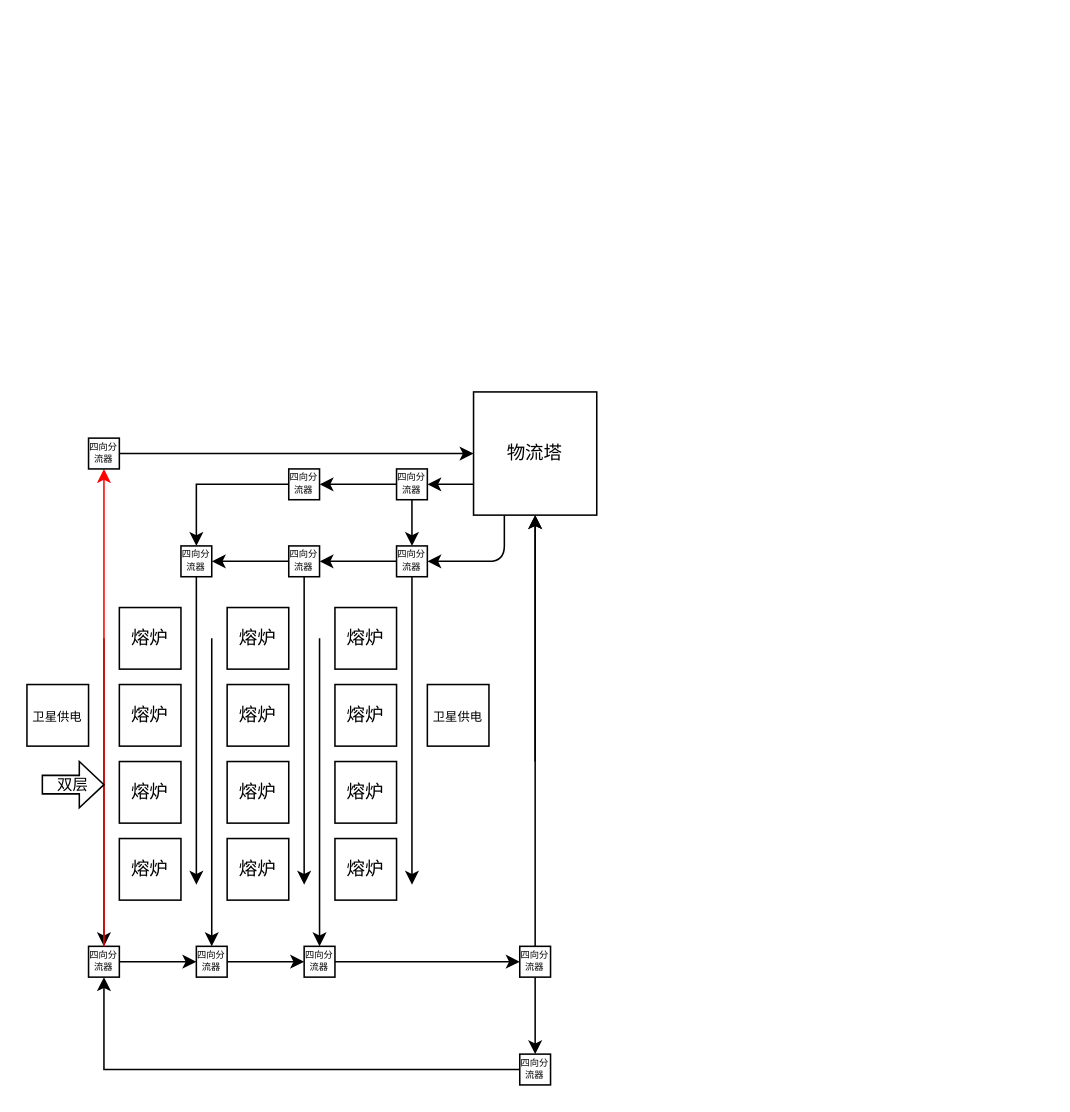
The draw.io diagram 2进1出/戴森球.drawio in Rliguang/daisenqiu, before the edit. Source tidied: cells renumbered, new cells numbered last; positions are measured from the earlier drawing's top-left corner, leaving out a move shared by most shapes. Both pictures are drawn from the tidied source at 154%, with x=0, y=0 at pixel (26, 391).
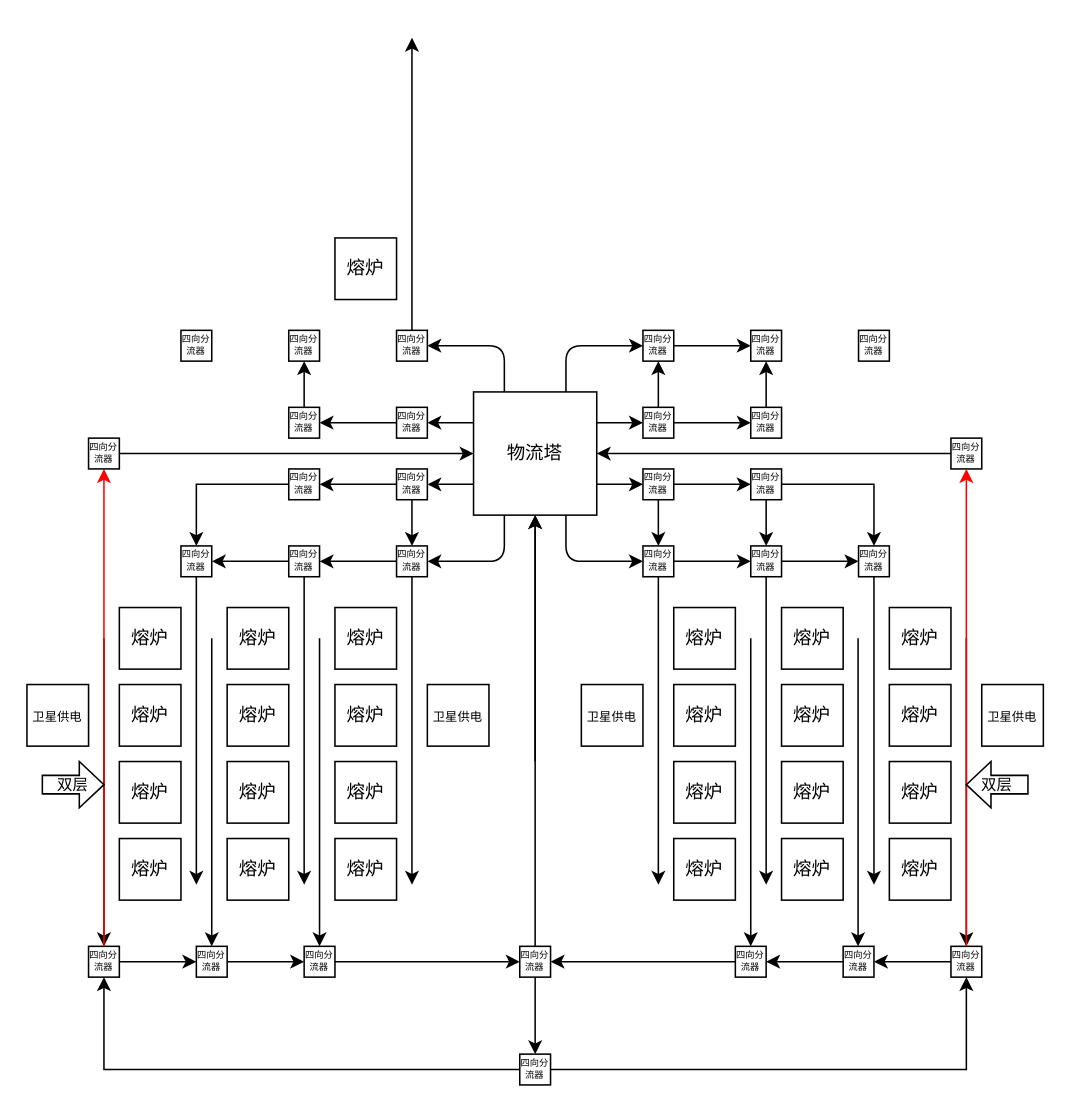
The same diagram, later.

Commit message (it also covers changes not shown here):
更新戴森球.drawio

The change refers to these unchanged cells:
```xml
<mxCell id="2" value="物流塔" style="whiteSpace=wrap;html=1;" parent="1" vertex="1">
  <mxGeometry x="290" width="80" height="80" as="geometry" />
</mxCell>
<mxCell id="31" value="&lt;font style=&quot;font-size: 6px&quot;&gt;四向分流器&lt;/font&gt;" style="whiteSpace=wrap;html=1;fontSize=4;" parent="1" vertex="1">
  <mxGeometry x="320" y="360" width="20" height="20" as="geometry" />
</mxCell>
<mxCell id="45" value="&lt;font style=&quot;font-size: 6px&quot;&gt;四向分流器&lt;/font&gt;" style="whiteSpace=wrap;html=1;fontSize=4;" parent="1" vertex="1">
  <mxGeometry x="320" y="430" width="20" height="20" as="geometry" />
</mxCell>
```

What changed in the source:
```diff
@@
+    <mxCell id="51" style="edgeStyle=orthogonalEdgeStyle;rounded=0;jettySize=auto;html=1;strokeColor=#000000;entryX=0.5;entryY=1;entryDx=0;entryDy=0;" parent="1" edge="1" source="45" target="82">
+      <mxGeometry relative="1" as="geometry">
+        <Array as="points">
+          <mxPoint x="610" y="440" />
+        </Array>
+      </mxGeometry>
+    </mxCell>
@@
+    <mxCell id="52" style="edgeStyle=orthogonalEdgeStyle;rounded=0;jettySize=auto;html=1;entryX=0;entryY=0.5;entryDx=0;entryDy=0;strokeColor=#000000;" parent="1" edge="1" source="54" target="60">
+      <mxGeometry relative="1" as="geometry" />
+    </mxCell>
+    <mxCell id="53" style="edgeStyle=orthogonalEdgeStyle;rounded=0;jettySize=auto;html=1;strokeColor=#000000;" parent="1" edge="1" source="54" target="57">
+      <mxGeometry relative="1" as="geometry" />
+    </mxCell>
+    <mxCell id="54" value="&lt;font style=&quot;font-size: 6px&quot;&gt;四向分流器&lt;/font&gt;" style="whiteSpace=wrap;html=1;fontSize=4;" parent="1" vertex="1">
+      <mxGeometry x="400" y="50" width="20" height="20" as="geometry" />
+    </mxCell>
+    <mxCell id="55" style="edgeStyle=orthogonalEdgeStyle;rounded=0;jettySize=auto;html=1;strokeColor=#000000;" parent="1" edge="1" source="57">
+      <mxGeometry relative="1" as="geometry">
+        <mxPoint x="410" y="320" as="targetPoint" />
+      </mxGeometry>
+    </mxCell>
+    <mxCell id="56" style="edgeStyle=orthogonalEdgeStyle;rounded=0;jettySize=auto;html=1;strokeColor=#000000;" parent="1" edge="1" source="57" target="63">
+      <mxGeometry relative="1" as="geometry" />
+    </mxCell>
+    <mxCell id="57" value="&lt;font style=&quot;font-size: 6px&quot;&gt;四向分流器&lt;/font&gt;" style="whiteSpace=wrap;html=1;fontSize=4;" parent="1" vertex="1">
+      <mxGeometry x="400" y="100" width="20" height="20" as="geometry" />
+    </mxCell>
+    <mxCell id="58" style="edgeStyle=orthogonalEdgeStyle;rounded=0;jettySize=auto;html=1;entryX=0.5;entryY=0;entryDx=0;entryDy=0;strokeColor=#000000;" parent="1" edge="1" source="60" target="63">
+      <mxGeometry relative="1" as="geometry" />
+    </mxCell>
+    <mxCell id="59" style="edgeStyle=orthogonalEdgeStyle;rounded=0;jettySize=auto;html=1;entryX=0.5;entryY=0;entryDx=0;entryDy=0;strokeColor=#000000;" parent="1" edge="1" source="60" target="65">
+      <mxGeometry relative="1" as="geometry" />
+    </mxCell>
+    <mxCell id="60" value="&lt;font style=&quot;font-size: 6px&quot;&gt;四向分流器&lt;/font&gt;" style="whiteSpace=wrap;html=1;fontSize=4;" parent="1" vertex="1">
+      <mxGeometry x="470" y="50" width="20" height="20" as="geometry" />
+    </mxCell>
+    <mxCell id="61" style="edgeStyle=orthogonalEdgeStyle;rounded=0;jettySize=auto;html=1;strokeColor=#000000;" parent="1" edge="1" source="63">
+      <mxGeometry relative="1" as="geometry">
+        <mxPoint x="480" y="320" as="targetPoint" />
+      </mxGeometry>
+    </mxCell>
+    <mxCell id="62" style="edgeStyle=orthogonalEdgeStyle;rounded=0;jettySize=auto;html=1;strokeColor=#000000;" parent="1" edge="1" source="63" target="65">
+      <mxGeometry relative="1" as="geometry" />
+    </mxCell>
+    <mxCell id="63" value="&lt;font style=&quot;font-size: 6px&quot;&gt;四向分流器&lt;/font&gt;" style="whiteSpace=wrap;html=1;fontSize=4;" parent="1" vertex="1">
+      <mxGeometry x="470" y="100" width="20" height="20" as="geometry" />
+    </mxCell>
+    <mxCell id="64" style="edgeStyle=orthogonalEdgeStyle;rounded=0;jettySize=auto;html=1;strokeColor=#000000;" parent="1" edge="1" source="65">
+      <mxGeometry relative="1" as="geometry">
+        <mxPoint x="550" y="320" as="targetPoint" />
+      </mxGeometry>
+    </mxCell>
+    <mxCell id="65" value="&lt;font style=&quot;font-size: 6px&quot;&gt;四向分流器&lt;/font&gt;" style="whiteSpace=wrap;html=1;fontSize=4;" parent="1" vertex="1">
+      <mxGeometry x="540" y="100" width="20" height="20" as="geometry" />
+    </mxCell>
+    <mxCell id="66" value="熔炉" style="whiteSpace=wrap;html=1;" parent="1" vertex="1">
+      <mxGeometry x="420" y="140" width="40" height="40" as="geometry" />
+    </mxCell>
+    <mxCell id="67" value="熔炉" style="whiteSpace=wrap;html=1;" parent="1" vertex="1">
+      <mxGeometry x="490" y="140" width="40" height="40" as="geometry" />
+    </mxCell>
+    <mxCell id="68" style="endArrow=classic;html=1;" parent="1" edge="1">
+      <mxGeometry relative="1" as="geometry">
+        <mxPoint x="470" y="160" as="sourcePoint" />
+        <mxPoint x="470" y="360" as="targetPoint" />
+      </mxGeometry>
+    </mxCell>
+    <mxCell id="69" value="&lt;font style=&quot;font-size: 8px&quot;&gt;卫星供电&lt;/font&gt;" style="whiteSpace=wrap;html=1;" parent="1" vertex="1">
+      <mxGeometry x="360" y="190" width="40" height="40" as="geometry" />
+    </mxCell>
+    <mxCell id="70" value="熔炉" style="whiteSpace=wrap;html=1;" parent="1" vertex="1">
+      <mxGeometry x="420" y="190" width="40" height="40" as="geometry" />
+    </mxCell>
+    <mxCell id="71" value="熔炉" style="whiteSpace=wrap;html=1;" parent="1" vertex="1">
+      <mxGeometry x="420" y="240" width="40" height="40" as="geometry" />
+    </mxCell>
+    <mxCell id="72" value="熔炉" style="whiteSpace=wrap;html=1;" parent="1" vertex="1">
+      <mxGeometry x="420" y="290" width="40" height="40" as="geometry" />
+    </mxCell>
+    <mxCell id="73" value="熔炉" style="whiteSpace=wrap;html=1;" parent="1" vertex="1">
+      <mxGeometry x="490" y="190" width="40" height="40" as="geometry" />
+    </mxCell>
+    <mxCell id="74" value="熔炉" style="whiteSpace=wrap;html=1;" parent="1" vertex="1">
+      <mxGeometry x="490" y="240" width="40" height="40" as="geometry" />
+    </mxCell>
+    <mxCell id="75" value="熔炉" style="whiteSpace=wrap;html=1;" parent="1" vertex="1">
+      <mxGeometry x="490" y="290" width="40" height="40" as="geometry" />
+    </mxCell>
+    <mxCell id="76" style="edgeStyle=orthogonalEdgeStyle;rounded=0;jettySize=auto;html=1;entryX=1;entryY=0.5;entryDx=0;entryDy=0;strokeColor=#000000;" parent="1" edge="1" source="77" target="31">
+      <mxGeometry relative="1" as="geometry" />
+    </mxCell>
+    <mxCell id="77" value="&lt;font style=&quot;font-size: 6px&quot;&gt;四向分流器&lt;/font&gt;" style="whiteSpace=wrap;html=1;fontSize=4;" parent="1" vertex="1">
+      <mxGeometry x="460" y="360" width="20" height="20" as="geometry" />
+    </mxCell>
+    <mxCell id="78" style="edgeStyle=orthogonalEdgeStyle;rounded=0;jettySize=auto;html=1;entryX=1;entryY=0.5;entryDx=0;entryDy=0;strokeColor=#000000;" parent="1" edge="1" source="79" target="77">
+      <mxGeometry relative="1" as="geometry" />
+    </mxCell>
+    <mxCell id="79" value="&lt;font style=&quot;font-size: 6px&quot;&gt;四向分流器&lt;/font&gt;" style="whiteSpace=wrap;html=1;fontSize=4;" parent="1" vertex="1">
+      <mxGeometry x="530" y="360" width="20" height="20" as="geometry" />
+    </mxCell>
+    <mxCell id="80" style="endArrow=classic;html=1;" parent="1" edge="1">
+      <mxGeometry relative="1" as="geometry">
+        <mxPoint x="539.7" y="160" as="sourcePoint" />
+        <mxPoint x="539.7" y="360" as="targetPoint" />
+      </mxGeometry>
+    </mxCell>
+    <mxCell id="81" style="edgeStyle=orthogonalEdgeStyle;rounded=0;jettySize=auto;html=1;entryX=1;entryY=0.5;entryDx=0;entryDy=0;strokeColor=#000000;" parent="1" edge="1" source="82" target="79">
+      <mxGeometry relative="1" as="geometry" />
+    </mxCell>
+    <mxCell id="82" value="&lt;font style=&quot;font-size: 6px&quot;&gt;四向分流器&lt;/font&gt;" style="whiteSpace=wrap;html=1;fontSize=4;" parent="1" vertex="1">
+      <mxGeometry x="600" y="360" width="20" height="20" as="geometry" />
+    </mxCell>
+    <mxCell id="83" style="endArrow=classic;html=1;" parent="1" edge="1">
+      <mxGeometry relative="1" as="geometry">
+        <mxPoint x="610" y="160" as="sourcePoint" />
+        <mxPoint x="610" y="360" as="targetPoint" />
+      </mxGeometry>
+    </mxCell>
+    <mxCell id="84" value="熔炉" style="whiteSpace=wrap;html=1;" parent="1" vertex="1">
+      <mxGeometry x="560" y="140" width="40" height="40" as="geometry" />
+    </mxCell>
+    <mxCell id="85" value="熔炉" style="whiteSpace=wrap;html=1;" parent="1" vertex="1">
+      <mxGeometry x="560" y="190" width="40" height="40" as="geometry" />
+    </mxCell>
+    <mxCell id="86" value="熔炉" style="whiteSpace=wrap;html=1;" parent="1" vertex="1">
+      <mxGeometry x="560" y="240" width="40" height="40" as="geometry" />
+    </mxCell>
+    <mxCell id="87" value="熔炉" style="whiteSpace=wrap;html=1;" parent="1" vertex="1">
+      <mxGeometry x="560" y="290" width="40" height="40" as="geometry" />
+    </mxCell>
+    <mxCell id="88" style="endArrow=classic;html=1;strokeColor=#000000;exitX=0.75;exitY=1;exitDx=0;exitDy=0;entryX=0;entryY=0.5;entryDx=0;entryDy=0;" parent="1" edge="1" source="2" target="57">
+      <mxGeometry relative="1" as="geometry">
+        <Array as="points">
+          <mxPoint x="350" y="110" />
+        </Array>
+      </mxGeometry>
+    </mxCell>
+    <mxCell id="89" style="edgeStyle=orthogonalEdgeStyle;rounded=0;jettySize=auto;html=1;entryX=1;entryY=0.5;entryDx=0;entryDy=0;strokeColor=#000000;" parent="1" edge="1" source="90" target="2">
+      <mxGeometry relative="1" as="geometry" />
+    </mxCell>
+    <mxCell id="90" value="&lt;font style=&quot;font-size: 6px&quot;&gt;四向分流器&lt;/font&gt;" style="whiteSpace=wrap;html=1;fontSize=4;" parent="1" vertex="1">
+      <mxGeometry x="600" y="30" width="20" height="20" as="geometry" />
+    </mxCell>
+    <mxCell id="91" style="edgeStyle=orthogonalEdgeStyle;rounded=0;jettySize=auto;html=1;entryX=0.5;entryY=1;entryDx=0;entryDy=0;strokeColor=#FF0000;" parent="1" edge="1" source="82" target="90">
+      <mxGeometry relative="1" as="geometry">
+        <Array as="points">
+          <mxPoint x="610" y="50" />
+        </Array>
+      </mxGeometry>
+    </mxCell>
+    <mxCell id="92" value="&lt;font style=&quot;font-size: 10px&quot;&gt;双层&lt;/font&gt;" style="shape=singleArrow;whiteSpace=wrap;html=1;arrowWidth=0.4;arrowSize=0.4;direction=west;" parent="1" vertex="1">
+      <mxGeometry x="610" y="240" width="40" height="30" as="geometry" />
+    </mxCell>
+    <mxCell id="93" value="&lt;font style=&quot;font-size: 8px&quot;&gt;卫星供电&lt;/font&gt;" style="whiteSpace=wrap;html=1;" parent="1" vertex="1">
+      <mxGeometry x="620" y="190" width="40" height="40" as="geometry" />
+    </mxCell>
+    <mxCell id="94" style="edgeStyle=orthogonalEdgeStyle;rounded=0;jettySize=auto;html=1;strokeColor=#000000;entryX=0.5;entryY=1;entryDx=0;entryDy=0;" parent="1" edge="1" source="95" target="98">
+      <mxGeometry relative="1" as="geometry" />
+    </mxCell>
+    <mxCell id="95" value="&lt;font style=&quot;font-size: 6px&quot;&gt;四向分流器&lt;/font&gt;" style="whiteSpace=wrap;html=1;fontSize=4;" parent="1" vertex="1">
+      <mxGeometry x="170" y="10" width="20" height="20" as="geometry" />
+    </mxCell>
+    <mxCell id="96" style="edgeStyle=orthogonalEdgeStyle;rounded=0;jettySize=auto;html=1;entryX=1;entryY=0.5;entryDx=0;entryDy=0;strokeColor=#000000;" parent="1" edge="1" source="97" target="95">
+      <mxGeometry relative="1" as="geometry" />
+    </mxCell>
+    <mxCell id="97" value="&lt;font style=&quot;font-size: 6px&quot;&gt;四向分流器&lt;/font&gt;" style="whiteSpace=wrap;html=1;fontSize=4;" parent="1" vertex="1">
+      <mxGeometry x="240" y="10" width="20" height="20" as="geometry" />
+    </mxCell>
+    <mxCell id="98" value="&lt;font style=&quot;font-size: 6px&quot;&gt;四向分流器&lt;/font&gt;" style="whiteSpace=wrap;html=1;fontSize=4;" parent="1" vertex="1">
+      <mxGeometry x="170" y="-40" width="20" height="20" as="geometry" />
+    </mxCell>
+    <mxCell id="99" style="edgeStyle=orthogonalEdgeStyle;rounded=0;jettySize=auto;html=1;strokeColor=#000000;" parent="1" edge="1" source="100">
+      <mxGeometry relative="1" as="geometry">
+        <mxPoint x="250" y="-230" as="targetPoint" />
+      </mxGeometry>
+    </mxCell>
+    <mxCell id="100" value="&lt;font style=&quot;font-size: 6px&quot;&gt;四向分流器&lt;/font&gt;" style="whiteSpace=wrap;html=1;fontSize=4;" parent="1" vertex="1">
+      <mxGeometry x="240" y="-40" width="20" height="20" as="geometry" />
+    </mxCell>
+    <mxCell id="101" style="endArrow=classic;html=1;strokeColor=#000000;exitX=1;exitY=0.75;exitDx=0;exitDy=0;entryX=0;entryY=0.5;entryDx=0;entryDy=0;" parent="1" edge="1" source="2" target="54">
+      <mxGeometry relative="1" as="geometry" />
+    </mxCell>
+    <mxCell id="102" style="endArrow=classic;html=1;strokeColor=#000000;exitX=0;exitY=0.25;exitDx=0;exitDy=0;entryX=1;entryY=0.5;entryDx=0;entryDy=0;" parent="1" edge="1" source="2" target="97">
+      <mxGeometry relative="1" as="geometry" />
+    </mxCell>
+    <mxCell id="103" style="endArrow=classic;html=1;strokeColor=#000000;exitX=1;exitY=0.25;exitDx=0;exitDy=0;entryX=0;entryY=0.5;entryDx=0;entryDy=0;" parent="1" edge="1" source="2" target="106">
+      <mxGeometry relative="1" as="geometry" />
+    </mxCell>
+    <mxCell id="104" style="edgeStyle=orthogonalEdgeStyle;rounded=0;jettySize=auto;html=1;strokeColor=#000000;" parent="1" edge="1" source="106" target="108">
+      <mxGeometry relative="1" as="geometry" />
+    </mxCell>
+    <mxCell id="105" style="edgeStyle=orthogonalEdgeStyle;rounded=0;jettySize=auto;html=1;entryX=0.5;entryY=1;entryDx=0;entryDy=0;strokeColor=#000000;" parent="1" edge="1" source="106" target="110">
+      <mxGeometry relative="1" as="geometry" />
+    </mxCell>
+    <mxCell id="106" value="&lt;font style=&quot;font-size: 6px&quot;&gt;四向分流器&lt;/font&gt;" style="whiteSpace=wrap;html=1;fontSize=4;" parent="1" vertex="1">
+      <mxGeometry x="400" y="10" width="20" height="20" as="geometry" />
+    </mxCell>
+    <mxCell id="107" style="edgeStyle=orthogonalEdgeStyle;rounded=0;jettySize=auto;html=1;entryX=0.5;entryY=1;entryDx=0;entryDy=0;strokeColor=#000000;" parent="1" edge="1" source="108" target="111">
+      <mxGeometry relative="1" as="geometry" />
+    </mxCell>
+    <mxCell id="108" value="&lt;font style=&quot;font-size: 6px&quot;&gt;四向分流器&lt;/font&gt;" style="whiteSpace=wrap;html=1;fontSize=4;" parent="1" vertex="1">
+      <mxGeometry x="470" y="10" width="20" height="20" as="geometry" />
+    </mxCell>
+    <mxCell id="109" style="edgeStyle=orthogonalEdgeStyle;rounded=0;jettySize=auto;html=1;entryX=0;entryY=0.5;entryDx=0;entryDy=0;strokeColor=#000000;" parent="1" edge="1" source="110" target="111">
+      <mxGeometry relative="1" as="geometry" />
+    </mxCell>
+    <mxCell id="110" value="&lt;font style=&quot;font-size: 6px&quot;&gt;四向分流器&lt;/font&gt;" style="whiteSpace=wrap;html=1;fontSize=4;" parent="1" vertex="1">
+      <mxGeometry x="400" y="-40" width="20" height="20" as="geometry" />
+    </mxCell>
+    <mxCell id="111" value="&lt;font style=&quot;font-size: 6px&quot;&gt;四向分流器&lt;/font&gt;" style="whiteSpace=wrap;html=1;fontSize=4;" parent="1" vertex="1">
+      <mxGeometry x="470" y="-40" width="20" height="20" as="geometry" />
+    </mxCell>
+    <mxCell id="112" value="&lt;font style=&quot;font-size: 6px&quot;&gt;四向分流器&lt;/font&gt;" style="whiteSpace=wrap;html=1;fontSize=4;" parent="1" vertex="1">
+      <mxGeometry x="100" y="-40" width="20" height="20" as="geometry" />
+    </mxCell>
+    <mxCell id="113" value="&lt;font style=&quot;font-size: 6px&quot;&gt;四向分流器&lt;/font&gt;" style="whiteSpace=wrap;html=1;fontSize=4;" parent="1" vertex="1">
+      <mxGeometry x="540" y="-40" width="20" height="20" as="geometry" />
+    </mxCell>
+    <mxCell id="114" style="endArrow=classic;html=1;strokeColor=#000000;exitX=0.75;exitY=0;exitDx=0;exitDy=0;" parent="1" edge="1" source="2">
+      <mxGeometry relative="1" as="geometry">
+        <mxPoint x="400" y="-30" as="targetPoint" />
+        <Array as="points">
+          <mxPoint x="350" y="-30" />
+        </Array>
+      </mxGeometry>
+    </mxCell>
+    <mxCell id="115" style="endArrow=classic;html=1;strokeColor=#000000;exitX=0.25;exitY=0;exitDx=0;exitDy=0;entryX=1;entryY=0.5;entryDx=0;entryDy=0;" parent="1" edge="1" source="2" target="100">
+      <mxGeometry relative="1" as="geometry">
+        <Array as="points">
+          <mxPoint x="310" y="-30" />
+        </Array>
+      </mxGeometry>
+    </mxCell>
+    <mxCell id="116" value="熔炉" style="whiteSpace=wrap;html=1;" parent="1" vertex="1">
+      <mxGeometry x="200" y="-100" width="40" height="40" as="geometry" />
+    </mxCell>
```
